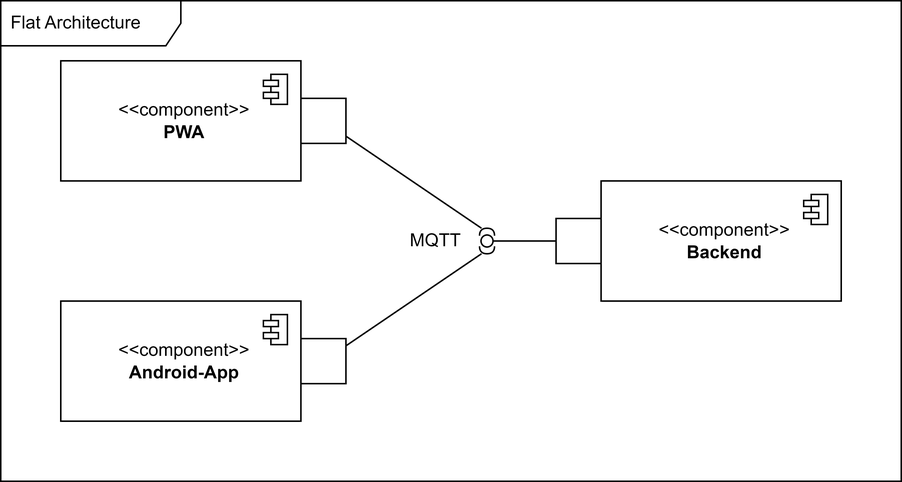
Earlier version of the draw.io export docs/assets/architecture.drawio.png (flyndre/Flat). Source tidied: cells renumbered, new cells last; positions are measured from the earlier drawing's top-left corner, leaving out a move shared by most shapes.
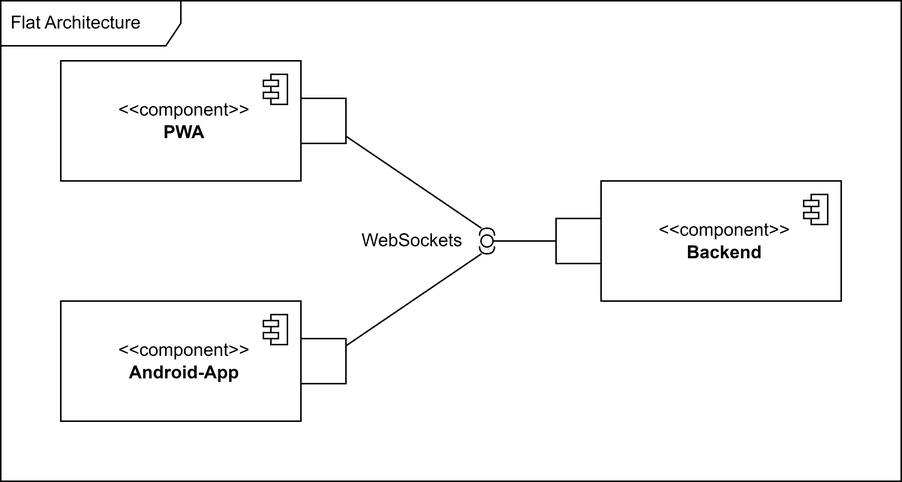
After the commit.

The edit, as a diff of the source:
```diff
@@ -65,8 +65,8 @@
     <mxCell id="20" style="ellipse;html=1;fontSize=11;align=center;fillColor=none;points=[];verticalAlign=bottom;labelPosition=center;verticalLabelPosition=top;flipH=1;" parent="1" vertex="1">
       <mxGeometry x="320" y="156" width="8" height="8" as="geometry" />
     </mxCell>
-    <mxCell id="21" value="MQTT" style="text;html=1;strokeColor=none;fillColor=none;align=center;verticalAlign=middle;whiteSpace=wrap;rounded=0;" parent="1" vertex="1">
-      <mxGeometry x="260" y="145" width="60" height="30" as="geometry" />
+    <mxCell id="21" value="WebSockets" style="text;html=1;strokeColor=none;fillColor=none;align=right;verticalAlign=middle;whiteSpace=wrap;rounded=0;" parent="1" vertex="1">
+      <mxGeometry x="200" y="145" width="110" height="30" as="geometry" />
     </mxCell>
   </root>
 </mxGraphModel>
```
